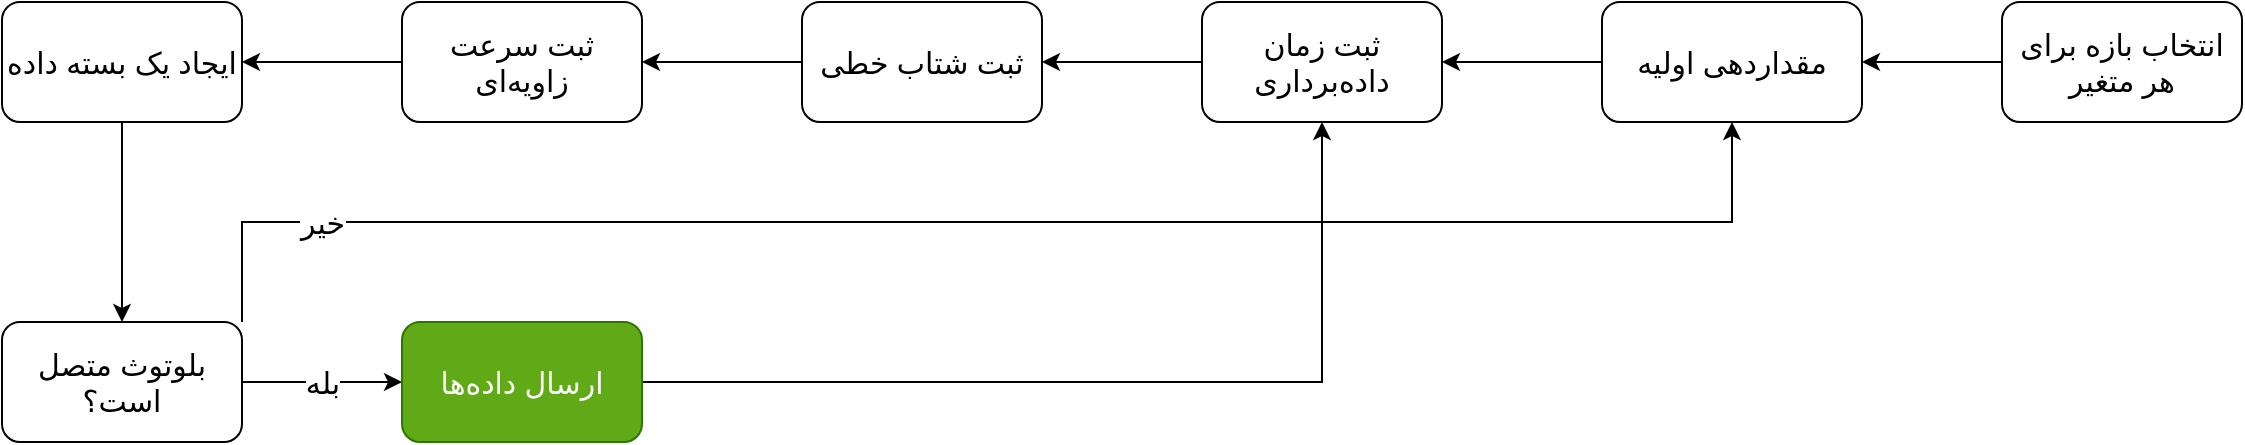
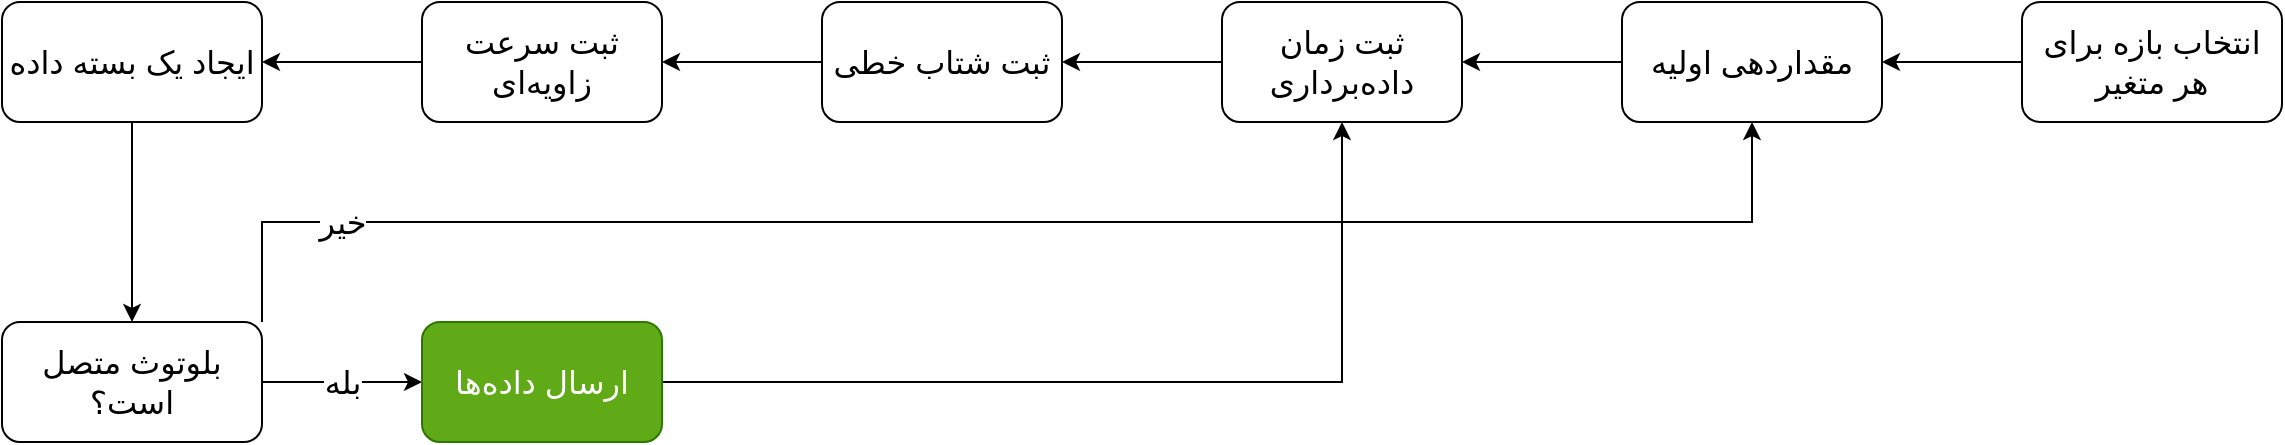
<mxfile host="Electron">
  <diagram id="7Gs_DfStQSDdEMOHskya" name="Page-1">
-     <mxGraphModel dx="1607" dy="1258" grid="1" gridSize="10" guides="1" tooltips="1" connect="1" arrows="1" fold="1" page="1" pageScale="1" pageWidth="1181" pageHeight="276" math="0" shadow="0">
+     <mxGraphModel dx="1483" dy="1162" grid="1" gridSize="10" guides="1" tooltips="1" connect="1" arrows="1" fold="1" page="1" pageScale="1" pageWidth="1181" pageHeight="276" math="0" shadow="0">
      <root>
        <mxCell id="0" />
        <mxCell id="1" parent="0" />
-         <mxCell id="tKZxA21WhAfYIQJh8kY5-1" edge="1" parent="1" source="tKZxA21WhAfYIQJh8kY5-2" style="edgeStyle=orthogonalEdgeStyle;rounded=0;orthogonalLoop=1;jettySize=auto;html=1;fontSize=15;" target="tKZxA21WhAfYIQJh8kY5-5" value="">
+         <mxCell id="tKZxA21WhAfYIQJh8kY5-1" edge="1" parent="1" source="tKZxA21WhAfYIQJh8kY5-2" style="edgeStyle=orthogonalEdgeStyle;rounded=0;orthogonalLoop=1;jettySize=auto;html=1;fontSize=16;" target="tKZxA21WhAfYIQJh8kY5-5" value="">
          <mxGeometry relative="1" as="geometry" />
        </mxCell>
-         <mxCell id="tKZxA21WhAfYIQJh8kY5-2" parent="1" style="rounded=1;whiteSpace=wrap;html=1;fontSize=15;" value="انتخاب بازه برای هر متغیر" vertex="1">
-           <mxGeometry height="60" width="120" x="1040" y="40" as="geometry" />
+         <mxCell id="tKZxA21WhAfYIQJh8kY5-2" parent="1" style="rounded=1;whiteSpace=wrap;html=1;fontSize=16;" value="انتخاب بازه برای هر متغیر" vertex="1">
+           <mxGeometry height="60" width="130" x="1031" y="28" as="geometry" />
        </mxCell>
-         <mxCell id="tKZxA21WhAfYIQJh8kY5-4" edge="1" parent="1" source="tKZxA21WhAfYIQJh8kY5-5" style="edgeStyle=orthogonalEdgeStyle;rounded=0;orthogonalLoop=1;jettySize=auto;html=1;fontSize=15;" target="tKZxA21WhAfYIQJh8kY5-14" value="">
+         <mxCell id="tKZxA21WhAfYIQJh8kY5-4" edge="1" parent="1" source="tKZxA21WhAfYIQJh8kY5-5" style="edgeStyle=orthogonalEdgeStyle;rounded=0;orthogonalLoop=1;jettySize=auto;html=1;fontSize=16;" target="tKZxA21WhAfYIQJh8kY5-14" value="">
          <mxGeometry relative="1" as="geometry" />
        </mxCell>
-         <mxCell id="tKZxA21WhAfYIQJh8kY5-5" parent="1" style="whiteSpace=wrap;html=1;rounded=1;fontSize=15;" value="مقداردهی اولیه" vertex="1">
-           <mxGeometry height="60" width="130" x="840" y="40" as="geometry" />
+         <mxCell id="tKZxA21WhAfYIQJh8kY5-5" parent="1" style="whiteSpace=wrap;html=1;rounded=1;fontSize=16;" value="مقداردهی اولیه" vertex="1">
+           <mxGeometry height="60" width="130" x="831" y="28" as="geometry" />
        </mxCell>
-         <mxCell id="tKZxA21WhAfYIQJh8kY5-11" edge="1" parent="1" source="tKZxA21WhAfYIQJh8kY5-14" style="edgeStyle=orthogonalEdgeStyle;rounded=0;orthogonalLoop=1;jettySize=auto;html=1;fontSize=15;" target="tKZxA21WhAfYIQJh8kY5-16" value="">
+         <mxCell id="tKZxA21WhAfYIQJh8kY5-11" edge="1" parent="1" source="tKZxA21WhAfYIQJh8kY5-14" style="edgeStyle=orthogonalEdgeStyle;rounded=0;orthogonalLoop=1;jettySize=auto;html=1;fontSize=16;" target="tKZxA21WhAfYIQJh8kY5-16" value="">
          <mxGeometry relative="1" as="geometry" />
        </mxCell>
-         <mxCell id="tKZxA21WhAfYIQJh8kY5-14" parent="1" style="whiteSpace=wrap;html=1;rounded=1;fontSize=15;" value="ثبت زمان داده‌برداری" vertex="1">
-           <mxGeometry height="60" width="120" x="640" y="40" as="geometry" />
+         <mxCell id="tKZxA21WhAfYIQJh8kY5-14" parent="1" style="whiteSpace=wrap;html=1;rounded=1;fontSize=16;" value="ثبت زمان داده‌برداری" vertex="1">
+           <mxGeometry height="60" width="120" x="631" y="28" as="geometry" />
        </mxCell>
-         <mxCell id="tKZxA21WhAfYIQJh8kY5-26" edge="1" parent="1" source="tKZxA21WhAfYIQJh8kY5-16" style="edgeStyle=orthogonalEdgeStyle;rounded=0;orthogonalLoop=1;jettySize=auto;html=1;" target="tKZxA21WhAfYIQJh8kY5-25" value="">
+         <mxCell id="tKZxA21WhAfYIQJh8kY5-26" edge="1" parent="1" source="tKZxA21WhAfYIQJh8kY5-16" style="edgeStyle=orthogonalEdgeStyle;rounded=0;orthogonalLoop=1;jettySize=auto;html=1;fontSize=16;" target="tKZxA21WhAfYIQJh8kY5-25" value="">
          <mxGeometry relative="1" as="geometry" />
        </mxCell>
-         <mxCell id="tKZxA21WhAfYIQJh8kY5-16" parent="1" style="whiteSpace=wrap;html=1;rounded=1;fontSize=15;" value="ثبت شتاب خطی" vertex="1">
-           <mxGeometry height="60" width="120" x="440" y="40" as="geometry" />
+         <mxCell id="tKZxA21WhAfYIQJh8kY5-16" parent="1" style="whiteSpace=wrap;html=1;rounded=1;fontSize=16;" value="ثبت شتاب خطی" vertex="1">
+           <mxGeometry height="60" width="120" x="431" y="28" as="geometry" />
        </mxCell>
-         <mxCell id="tKZxA21WhAfYIQJh8kY5-28" edge="1" parent="1" source="tKZxA21WhAfYIQJh8kY5-25" style="edgeStyle=orthogonalEdgeStyle;rounded=0;orthogonalLoop=1;jettySize=auto;html=1;" target="tKZxA21WhAfYIQJh8kY5-27" value="">
+         <mxCell id="tKZxA21WhAfYIQJh8kY5-28" edge="1" parent="1" source="tKZxA21WhAfYIQJh8kY5-25" style="edgeStyle=orthogonalEdgeStyle;rounded=0;orthogonalLoop=1;jettySize=auto;html=1;fontSize=16;" target="tKZxA21WhAfYIQJh8kY5-27" value="">
          <mxGeometry relative="1" as="geometry" />
        </mxCell>
-         <mxCell id="tKZxA21WhAfYIQJh8kY5-25" parent="1" style="whiteSpace=wrap;html=1;fontSize=15;rounded=1;" value="ثبت سرعت زاویه‌ای" vertex="1">
-           <mxGeometry height="60" width="120" x="240" y="40" as="geometry" />
+         <mxCell id="tKZxA21WhAfYIQJh8kY5-25" parent="1" style="whiteSpace=wrap;html=1;fontSize=16;rounded=1;" value="ثبت سرعت زاویه‌ای" vertex="1">
+           <mxGeometry height="60" width="120" x="231" y="28" as="geometry" />
        </mxCell>
-         <mxCell id="tKZxA21WhAfYIQJh8kY5-30" edge="1" parent="1" source="tKZxA21WhAfYIQJh8kY5-27" style="edgeStyle=orthogonalEdgeStyle;rounded=0;orthogonalLoop=1;jettySize=auto;html=1;" target="tKZxA21WhAfYIQJh8kY5-29" value="">
+         <mxCell id="tKZxA21WhAfYIQJh8kY5-30" edge="1" parent="1" source="tKZxA21WhAfYIQJh8kY5-27" style="edgeStyle=orthogonalEdgeStyle;rounded=0;orthogonalLoop=1;jettySize=auto;html=1;fontSize=16;" target="tKZxA21WhAfYIQJh8kY5-29" value="">
          <mxGeometry relative="1" as="geometry" />
        </mxCell>
-         <mxCell id="tKZxA21WhAfYIQJh8kY5-27" parent="1" style="whiteSpace=wrap;html=1;fontSize=15;rounded=1;" value="ایجاد یک بسته داده" vertex="1">
-           <mxGeometry height="60" width="120" x="40" y="40" as="geometry" />
+         <mxCell id="tKZxA21WhAfYIQJh8kY5-27" parent="1" style="whiteSpace=wrap;html=1;fontSize=16;rounded=1;" value="ایجاد یک بسته داده" vertex="1">
+           <mxGeometry height="60" width="130" x="21" y="28" as="geometry" />
        </mxCell>
-         <mxCell id="tKZxA21WhAfYIQJh8kY5-32" edge="1" parent="1" source="tKZxA21WhAfYIQJh8kY5-29" style="edgeStyle=orthogonalEdgeStyle;rounded=0;orthogonalLoop=1;jettySize=auto;html=1;" target="tKZxA21WhAfYIQJh8kY5-31" value="&lt;font style=&quot;font-size: 15px;&quot;&gt;بله&lt;/font&gt;">
+         <mxCell id="tKZxA21WhAfYIQJh8kY5-32" edge="1" parent="1" source="tKZxA21WhAfYIQJh8kY5-29" style="edgeStyle=orthogonalEdgeStyle;rounded=0;orthogonalLoop=1;jettySize=auto;html=1;fontSize=16;" target="tKZxA21WhAfYIQJh8kY5-31" value="&lt;font&gt;بله&lt;/font&gt;">
          <mxGeometry relative="1" as="geometry" />
        </mxCell>
-         <mxCell id="tKZxA21WhAfYIQJh8kY5-39" edge="1" parent="1" source="tKZxA21WhAfYIQJh8kY5-29" style="edgeStyle=orthogonalEdgeStyle;rounded=0;orthogonalLoop=1;jettySize=auto;html=1;exitX=1;exitY=0;exitDx=0;exitDy=0;entryX=0.5;entryY=1;entryDx=0;entryDy=0;" target="tKZxA21WhAfYIQJh8kY5-5">
+         <mxCell id="tKZxA21WhAfYIQJh8kY5-39" edge="1" parent="1" source="tKZxA21WhAfYIQJh8kY5-29" style="edgeStyle=orthogonalEdgeStyle;rounded=0;orthogonalLoop=1;jettySize=auto;html=1;exitX=1;exitY=0;exitDx=0;exitDy=0;entryX=0.5;entryY=1;entryDx=0;entryDy=0;fontSize=16;" target="tKZxA21WhAfYIQJh8kY5-5">
          <mxGeometry relative="1" as="geometry">
-             <mxPoint x="240" y="160" as="targetPoint" />
+             <mxPoint x="231" y="148" as="targetPoint" />
          </mxGeometry>
        </mxCell>
-         <mxCell id="_d3ctYQIFXWvyPwWG_lj-1" connectable="0" parent="tKZxA21WhAfYIQJh8kY5-39" style="edgeLabel;html=1;align=center;verticalAlign=middle;resizable=0;points=[];" value="&lt;font style=&quot;font-size: 15px;&quot;&gt;خیر&lt;/font&gt;" vertex="1">
+         <mxCell id="_d3ctYQIFXWvyPwWG_lj-1" connectable="0" parent="tKZxA21WhAfYIQJh8kY5-39" style="edgeLabel;html=1;align=center;verticalAlign=middle;resizable=0;points=[];fontSize=16;" value="&lt;font&gt;خیر&lt;/font&gt;" vertex="1">
          <mxGeometry relative="1" x="0.3159" y="-2" as="geometry">
            <mxPoint x="-466" y="-2" as="offset" />
          </mxGeometry>
        </mxCell>
-         <mxCell id="tKZxA21WhAfYIQJh8kY5-29" parent="1" style="whiteSpace=wrap;html=1;fontSize=15;rounded=1;" value="بلوتوث متصل است؟" vertex="1">
-           <mxGeometry height="60" width="120" x="40" y="200" as="geometry" />
+         <mxCell id="tKZxA21WhAfYIQJh8kY5-29" parent="1" style="whiteSpace=wrap;html=1;fontSize=16;rounded=1;" value="بلوتوث متصل است؟" vertex="1">
+           <mxGeometry height="60" width="130" x="21" y="188" as="geometry" />
        </mxCell>
-         <mxCell id="_d3ctYQIFXWvyPwWG_lj-2" edge="1" parent="1" source="tKZxA21WhAfYIQJh8kY5-31" style="edgeStyle=orthogonalEdgeStyle;rounded=0;orthogonalLoop=1;jettySize=auto;html=1;entryX=0.5;entryY=1;entryDx=0;entryDy=0;" target="tKZxA21WhAfYIQJh8kY5-14">
+         <mxCell id="_d3ctYQIFXWvyPwWG_lj-2" edge="1" parent="1" source="tKZxA21WhAfYIQJh8kY5-31" style="edgeStyle=orthogonalEdgeStyle;rounded=0;orthogonalLoop=1;jettySize=auto;html=1;entryX=0.5;entryY=1;entryDx=0;entryDy=0;fontSize=16;" target="tKZxA21WhAfYIQJh8kY5-14">
          <mxGeometry relative="1" as="geometry" />
        </mxCell>
-         <mxCell id="tKZxA21WhAfYIQJh8kY5-31" parent="1" style="whiteSpace=wrap;html=1;fontSize=15;rounded=1;fillColor=light-dark(#60A917,#99FF99);fontColor=#ffffff;strokeColor=#2D7600;" value="ارسال داده‌ها" vertex="1">
-           <mxGeometry height="60" width="120" x="240" y="200" as="geometry" />
+         <mxCell id="tKZxA21WhAfYIQJh8kY5-31" parent="1" style="whiteSpace=wrap;html=1;fontSize=16;rounded=1;fillColor=light-dark(#60A917,#99FF99);fontColor=#ffffff;strokeColor=#2D7600;" value="ارسال داده‌ها" vertex="1">
+           <mxGeometry height="60" width="120" x="231" y="188" as="geometry" />
        </mxCell>
      </root>
    </mxGraphModel>
  </diagram>
</mxfile>
